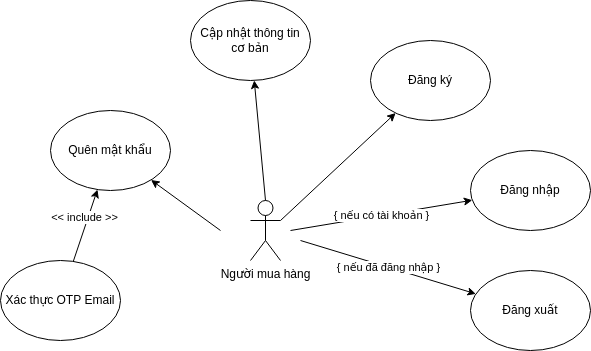
The draw.io diagram images/usecase-user-login.png in ocopee/docs, before a commit. Source tidied: cells renumbered, new cells last; positions are measured from the earlier drawing's top-left corner, leaving out a move shared by most shapes.
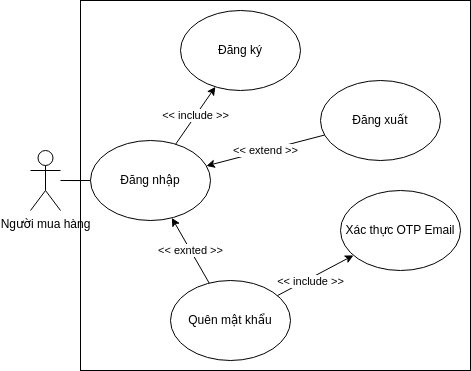
After the change.

Diff of the diagram source:
```diff
@@ -2,53 +2,46 @@
   <root>
     <mxCell id="0" />
     <mxCell id="1" parent="0" />
-    <mxCell id="2" value="Người mua hàng" style="shape=umlActor;verticalLabelPosition=bottom;verticalAlign=top;html=1;outlineConnect=0;" parent="1" vertex="1">
-      <mxGeometry x="250" y="200" width="30" height="60" as="geometry" />
-    </mxCell>
-    <mxCell id="3" value="Đăng nhập" style="ellipse;whiteSpace=wrap;html=1;" parent="1" vertex="1">
-      <mxGeometry x="470" y="150" width="120" height="80" as="geometry" />
-    </mxCell>
+    <mxCell id="16" style="html=1;" parent="1" vertex="1">
+      <mxGeometry x="70" y="150" width="390" height="370" as="geometry" />
+    </mxCell>
     <mxCell id="4" value="Đăng ký" style="ellipse;whiteSpace=wrap;html=1;" parent="1" vertex="1">
-      <mxGeometry x="370" y="40" width="120" height="80" as="geometry" />
+      <mxGeometry x="170" y="160" width="120" height="80" as="geometry" />
     </mxCell>
     <mxCell id="5" value="Đăng xuất" style="ellipse;whiteSpace=wrap;html=1;" parent="1" vertex="1">
-      <mxGeometry x="470" y="270" width="120" height="80" as="geometry" />
+      <mxGeometry x="310" y="230" width="120" height="80" as="geometry" />
     </mxCell>
     <mxCell id="6" value="Quên mật khẩu" style="ellipse;whiteSpace=wrap;html=1;" parent="1" vertex="1">
-      <mxGeometry x="50" y="110" width="120" height="80" as="geometry" />
+      <mxGeometry x="160" y="430" width="120" height="80" as="geometry" />
     </mxCell>
-    <mxCell id="7" style="endArrow=classic;html=1;rounded=0;exitX=1;exitY=0.3333333333333333;exitDx=0;exitDy=0;exitPerimeter=0;" parent="1" edge="1" source="2" target="4">
-      <mxGeometry relative="1" as="geometry" />
-    </mxCell>
-    <mxCell id="8" value="{ nếu có tài khoản }" style="endArrow=classic;html=1;rounded=0;exitX=1;exitY=0.3333333333333333;exitDx=0;exitDy=0;exitPerimeter=0;" parent="1" edge="1" target="3">
-      <mxGeometry relative="1" as="geometry">
-        <mxPoint x="290" y="230" as="sourcePoint" />
-      </mxGeometry>
-    </mxCell>
-    <mxCell id="9" value="{ nếu đã đăng nhập }" style="endArrow=classic;html=1;rounded=0;exitX=1;exitY=0.3333333333333333;exitDx=0;exitDy=0;exitPerimeter=0;" parent="1" edge="1" target="5">
-      <mxGeometry relative="1" as="geometry">
-        <mxPoint x="300" y="240" as="sourcePoint" />
-      </mxGeometry>
+    <mxCell id="9" value="&amp;lt;&amp;lt; extend &amp;gt;&amp;gt;" style="endArrow=classic;html=1;rounded=0;" parent="1" edge="1" source="5" target="3">
+      <mxGeometry relative="1" as="geometry" />
     </mxCell>
-    <mxCell id="10" style="endArrow=classic;html=1;rounded=0;" parent="1" edge="1" target="6">
-      <mxGeometry relative="1" as="geometry">
-        <mxPoint x="220" y="230" as="sourcePoint" />
-      </mxGeometry>
-    </mxCell>
-    <mxCell id="11" style="rounded=0;jettySize=auto;html=1;" parent="1" edge="1" source="13" target="6">
+    <mxCell id="11" style="rounded=0;jettySize=auto;html=1;" parent="1" edge="1" source="6" target="13">
       <mxGeometry relative="1" as="geometry" />
     </mxCell>
     <mxCell id="12" value="&amp;lt;&amp;lt; include &amp;gt;&amp;gt;" style="edgeLabel;html=1;align=center;verticalAlign=middle;" parent="11" vertex="1">
-      <mxGeometry x="0.22" y="4" relative="1" as="geometry" />
+      <mxGeometry x="0.22" y="4" relative="1" as="geometry">
+        <mxPoint x="-11" y="13" as="offset" />
+      </mxGeometry>
     </mxCell>
     <mxCell id="13" value="Xác thực OTP Email" style="ellipse;whiteSpace=wrap;html=1;" parent="1" vertex="1">
-      <mxGeometry y="260" width="120" height="80" as="geometry" />
+      <mxGeometry x="330" y="340" width="120" height="80" as="geometry" />
     </mxCell>
-    <mxCell id="14" value="Cập nhật thông tin&lt;br&gt;cơ bản" style="ellipse;whiteSpace=wrap;html=1;" parent="1" vertex="1">
-      <mxGeometry x="190" width="120" height="80" as="geometry" />
-    </mxCell>
-    <mxCell id="15" style="endArrow=classic;html=1;rounded=0;exitX=0.5;exitY=0;exitDx=0;exitDy=0;exitPerimeter=0;" parent="1" edge="1" source="2" target="14">
-      <mxGeometry relative="1" as="geometry" />
-    </mxCell>
+    <mxCell id="17" style="edgeStyle=orthogonalEdgeStyle;rounded=0;jettySize=auto;html=1;endArrow=none;endFill=0;" parent="1" edge="1" source="2" target="3">
+      <mxGeometry relative="1" as="geometry" />
+    </mxCell>
+    <mxCell id="2" value="Người mua hàng" style="shape=umlActor;verticalLabelPosition=bottom;verticalAlign=top;html=1;outlineConnect=0;" parent="1" vertex="1">
+      <mxGeometry x="20" y="300" width="30" height="60" as="geometry" />
+    </mxCell>
+    <mxCell id="3" value="Đăng nhập" style="ellipse;whiteSpace=wrap;html=1;" parent="1" vertex="1">
+      <mxGeometry x="80" y="290" width="120" height="80" as="geometry" />
+    </mxCell>
+    <mxCell id="18" value="&amp;lt;&amp;lt; include &amp;gt;&amp;gt;" style="endArrow=classic;html=1;rounded=0;" parent="1" edge="1" source="3" target="4">
+      <mxGeometry relative="1" as="geometry" />
+    </mxCell>
+    <mxCell id="19" value="&amp;lt;&amp;lt; exnted &amp;gt;&amp;gt;" style="endArrow=classic;html=1;rounded=0;" parent="1" edge="1" source="6" target="3">
+      <mxGeometry relative="1" as="geometry" />
+    </mxCell>
   </root>
 </mxGraphModel>
```
